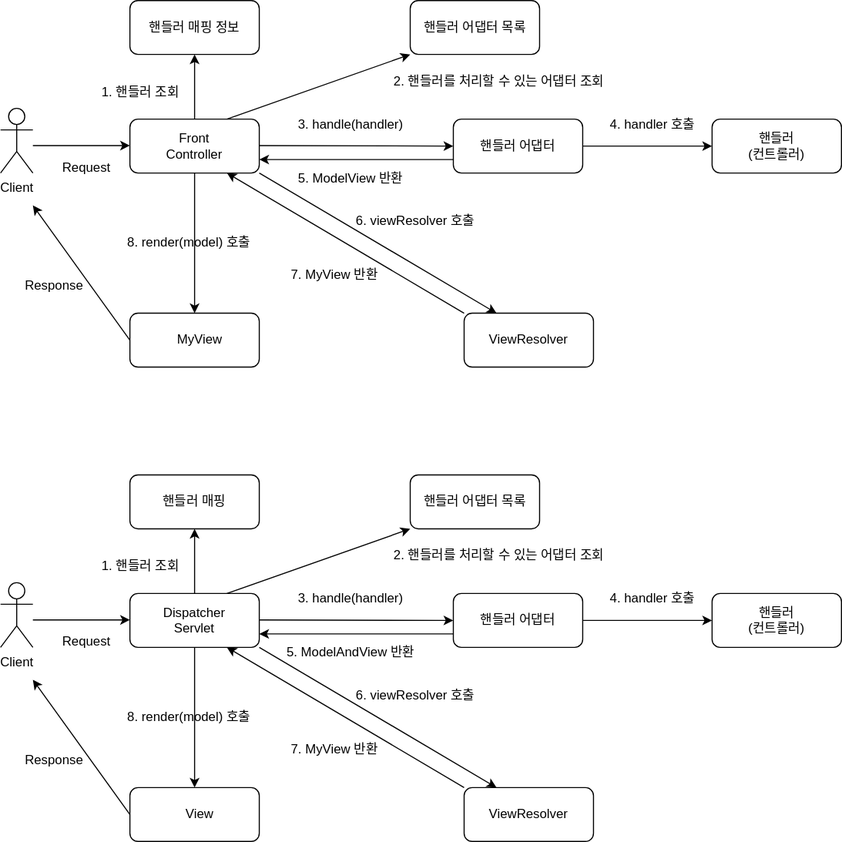
Before: document/springmvc/spring_mvc_structure.svg, a diagram exported from draw.io (roy-zz/mvc). Source tidied: cells renumbered, new cells last; positions are measured from the earlier drawing's top-left corner, leaving out a move shared by most shapes.
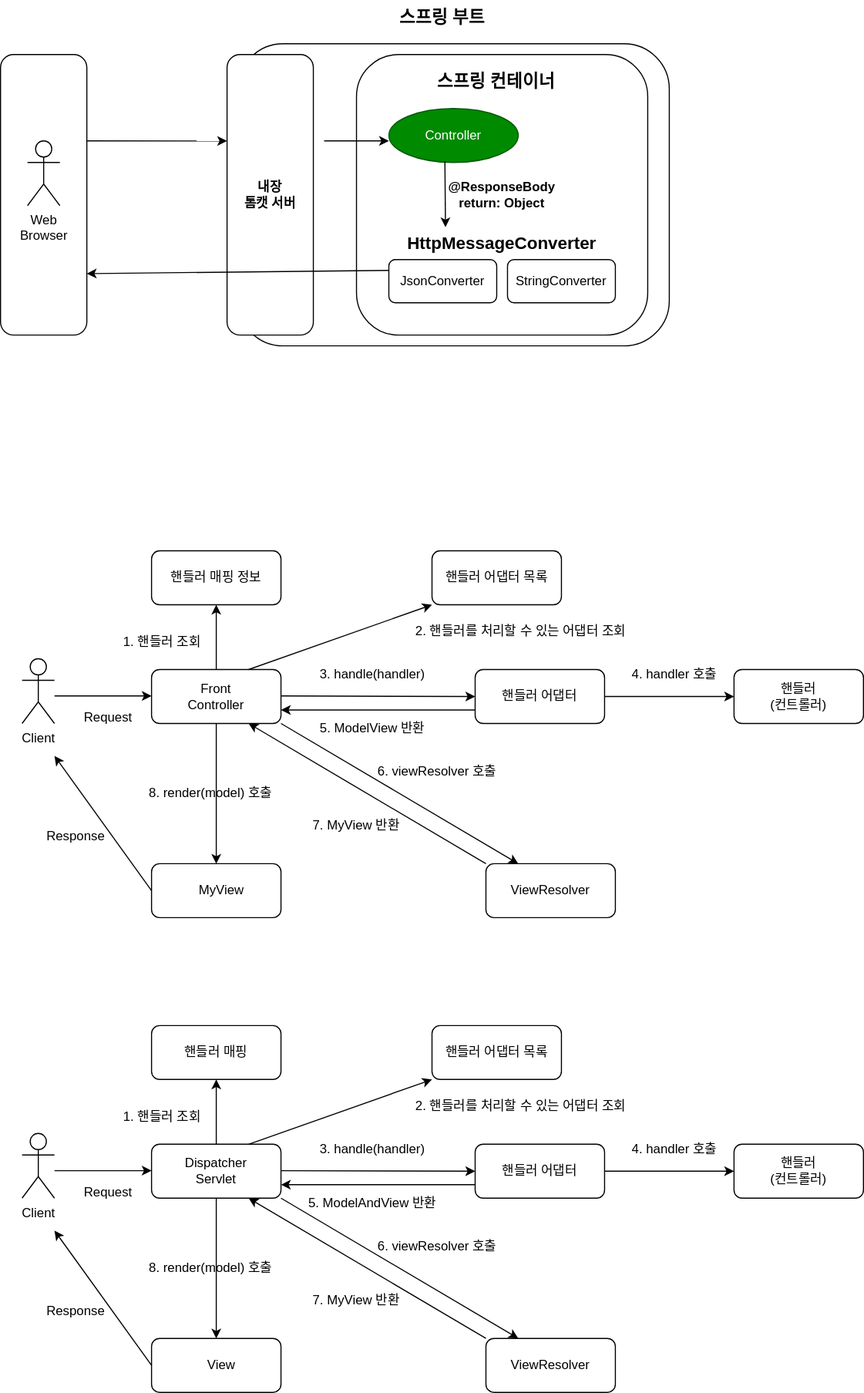
The same diagram one commit later.

Commit message:
Spring MVC HTTP 메시지 컨버터 문서 및 코드 추가

Change to the diagram source:
```diff
@@ -2,6 +2,9 @@
   <root>
     <mxCell id="0" />
     <mxCell id="1" parent="0" />
+    <mxCell id="72" style="rounded=1;whiteSpace=wrap;html=1;" parent="1" vertex="1">
+      <mxGeometry x="200" y="-470" width="400" height="280" as="geometry" />
+    </mxCell>
     <mxCell id="2" value="Client" style="shape=umlActor;verticalLabelPosition=bottom;verticalAlign=top;html=1;" parent="1" vertex="1">
       <mxGeometry y="100" width="30" height="60" as="geometry" />
     </mxCell>
@@ -234,5 +237,58 @@
     <mxCell id="71" value="4. handler 호출" style="text;html=1;strokeColor=none;fillColor=none;align=center;verticalAlign=middle;whiteSpace=wrap;rounded=0;" parent="1" vertex="1">
       <mxGeometry x="520" y="540" width="170" height="30" as="geometry" />
     </mxCell>
+    <mxCell id="73" style="rounded=1;whiteSpace=wrap;html=1;" parent="1" vertex="1">
+      <mxGeometry x="-20" y="-460" width="80" height="260" as="geometry" />
+    </mxCell>
+    <mxCell id="74" value="Web&lt;br&gt;Browser" style="shape=umlActor;verticalLabelPosition=bottom;verticalAlign=top;html=1;" parent="1" vertex="1">
+      <mxGeometry x="5" y="-380" width="30" height="60" as="geometry" />
+    </mxCell>
+    <mxCell id="75" style="endArrow=classic;html=1;rounded=0;entryX=0;entryY=0.308;entryDx=0;entryDy=0;entryPerimeter=0;" parent="1" edge="1" target="76">
+      <mxGeometry relative="1" as="geometry">
+        <mxPoint x="60" y="-380" as="sourcePoint" />
+      </mxGeometry>
+    </mxCell>
+    <mxCell id="76" style="rounded=1;whiteSpace=wrap;html=1;" parent="1" vertex="1">
+      <mxGeometry x="190" y="-460" width="80" height="260" as="geometry" />
+    </mxCell>
+    <mxCell id="77" style="rounded=1;whiteSpace=wrap;html=1;" parent="1" vertex="1">
+      <mxGeometry x="310" y="-460" width="270" height="260" as="geometry" />
+    </mxCell>
+    <mxCell id="78" value="스프링 부트" style="text;html=1;strokeColor=none;fillColor=none;align=center;verticalAlign=middle;whiteSpace=wrap;rounded=0;fontSize=16;fontStyle=1;" parent="1" vertex="1">
+      <mxGeometry x="330" y="-510" width="120" height="30" as="geometry" />
+    </mxCell>
+    <mxCell id="79" value="스프링 컨테이너" style="text;html=1;strokeColor=none;fillColor=none;align=center;verticalAlign=middle;whiteSpace=wrap;rounded=0;fontSize=16;fontStyle=1;" parent="1" vertex="1">
+      <mxGeometry x="380" y="-450" width="120" height="30" as="geometry" />
+    </mxCell>
+    <mxCell id="80" value="내장&lt;br&gt;톰캣 서버" style="text;html=1;strokeColor=none;fillColor=none;align=center;verticalAlign=middle;whiteSpace=wrap;rounded=0;fontSize=12;fontStyle=1;" parent="1" vertex="1">
+      <mxGeometry x="200" y="-345" width="60" height="30" as="geometry" />
+    </mxCell>
+    <mxCell id="81" value="Controller" style="ellipse;whiteSpace=wrap;html=1;fontSize=12;fillColor=#008a00;fontColor=#ffffff;strokeColor=#005700;" parent="1" vertex="1">
+      <mxGeometry x="340" y="-410" width="120" height="50" as="geometry" />
+    </mxCell>
+    <mxCell id="82" style="endArrow=classic;html=1;rounded=0;" parent="1" edge="1">
+      <mxGeometry relative="1" as="geometry">
+        <mxPoint x="280" y="-380" as="sourcePoint" />
+        <mxPoint x="340" y="-380" as="targetPoint" />
+      </mxGeometry>
+    </mxCell>
+    <mxCell id="83" style="endArrow=classic;html=1;rounded=0;entryX=0.25;entryY=0;entryDx=0;entryDy=0;exitX=0.433;exitY=0.98;exitDx=0;exitDy=0;exitPerimeter=0;" parent="1" edge="1" source="81" target="86">
+      <mxGeometry relative="1" as="geometry" />
+    </mxCell>
+    <mxCell id="84" value="JsonConverter" style="rounded=1;whiteSpace=wrap;html=1;fontSize=12;" parent="1" vertex="1">
+      <mxGeometry x="340" y="-270" width="100" height="40" as="geometry" />
+    </mxCell>
+    <mxCell id="85" value="StringConverter" style="rounded=1;whiteSpace=wrap;html=1;fontSize=12;" parent="1" vertex="1">
+      <mxGeometry x="450" y="-270" width="100" height="40" as="geometry" />
+    </mxCell>
+    <mxCell id="86" value="HttpMessageConverter" style="text;html=1;strokeColor=none;fillColor=none;align=center;verticalAlign=middle;whiteSpace=wrap;rounded=0;fontSize=16;fontStyle=1;" parent="1" vertex="1">
+      <mxGeometry x="340" y="-300" width="210" height="30" as="geometry" />
+    </mxCell>
+    <mxCell id="87" value="@ResponseBody&lt;br&gt;return: Object" style="text;html=1;strokeColor=none;fillColor=none;align=center;verticalAlign=middle;whiteSpace=wrap;rounded=0;fontSize=12;fontStyle=1;" parent="1" vertex="1">
+      <mxGeometry x="390" y="-345" width="110" height="30" as="geometry" />
+    </mxCell>
+    <mxCell id="88" style="endArrow=classic;html=1;rounded=0;fontSize=12;exitX=0;exitY=0.25;exitDx=0;exitDy=0;entryX=1;entryY=0.781;entryDx=0;entryDy=0;entryPerimeter=0;" parent="1" edge="1" source="84" target="73">
+      <mxGeometry relative="1" as="geometry" />
+    </mxCell>
   </root>
 </mxGraphModel>
```
